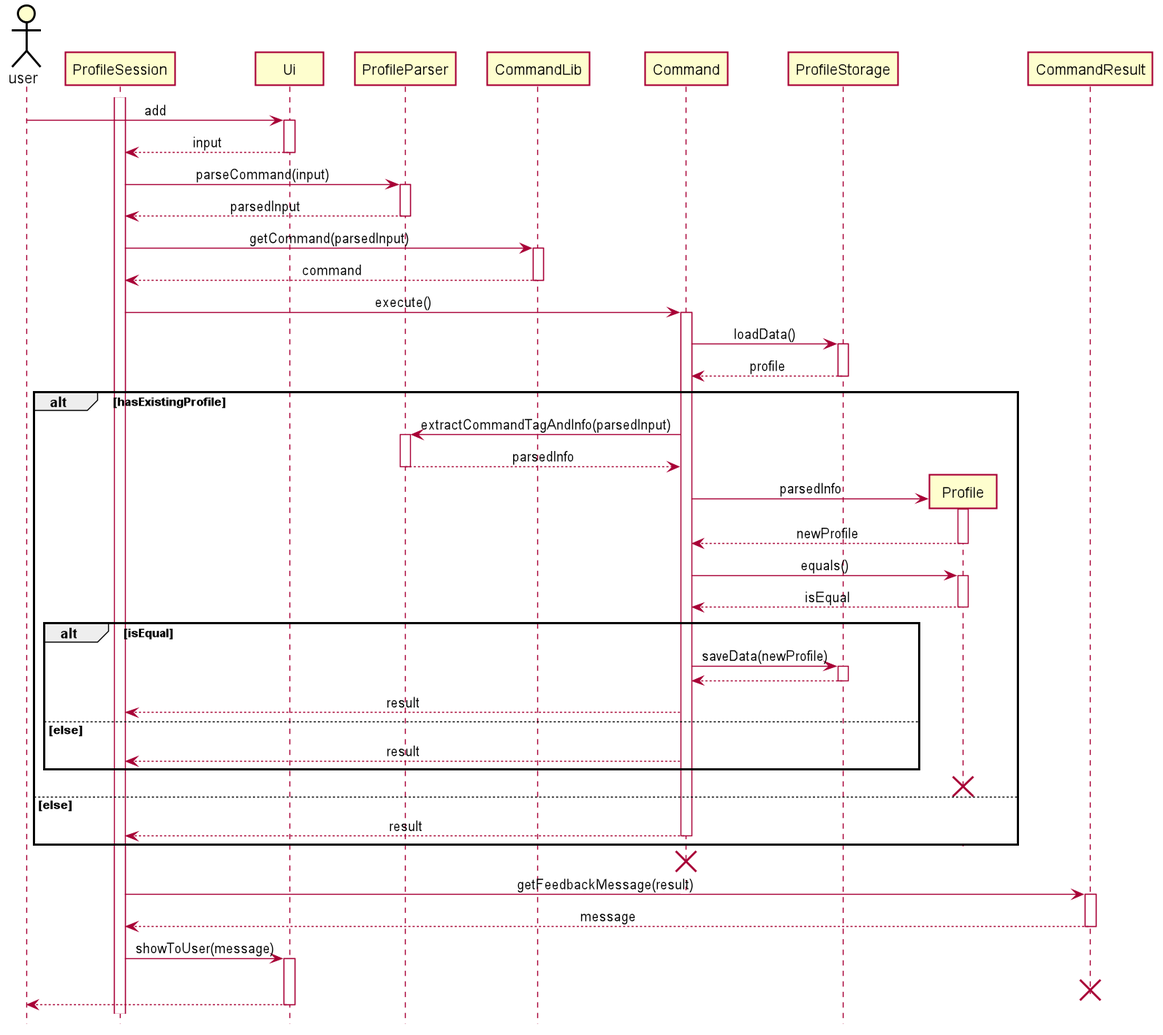
Earlier version of the PlantUML export docs/pictures/khoa/EditProfile.png (zsk612/tp).
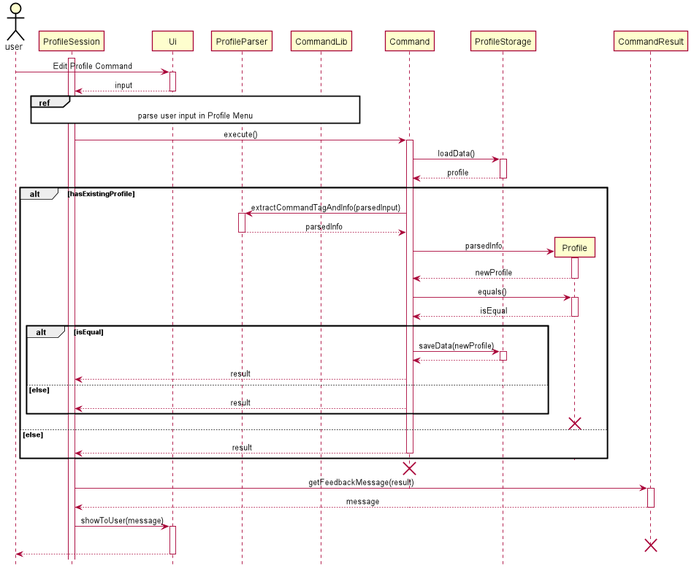
After the change.

Commit message:
Extract parsing input in Profile sequence diagrams

What changed in the source:
```diff
@@ -43,14 +43,10 @@
 
 actor user
 activate ProfileSession
-user -> Ui++ : add
+user -> Ui++ : Edit Profile Command
 Ui --> ProfileSession -- : input
 
-ProfileSession -> ProfileParser ++ : parseCommand(input)
-ProfileParser --> ProfileSession -- : parsedInput
-
-ProfileSession -> CommandLib ++ : getCommand(parsedInput)
-CommandLib --> ProfileSession -- : command
+ref over ProfileSession, ProfileParser, CommandLib: parse user input in Profile Menu
 
 ProfileSession -> Command ++ : execute()
 Command -> ProfileStorage ++ : loadData()
```
